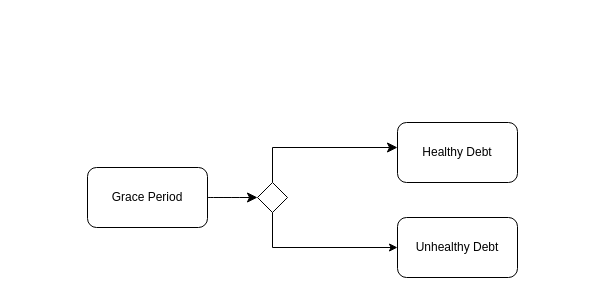
The draw.io diagram page "Page-2" (2 of 2) of workshop6_week7.drawio in antonykimuom/SWEN30006-2025-SM1-workshop1-tuew05-14-00-team-12, before the edit. Source tidied: cells renumbered, new cells numbered last; positions are measured from the earlier drawing's top-left corner, leaving out a move shared by most shapes. Both pictures are drawn from the tidied source at 100%, with x=0, y=0 at pixel (87, 122).
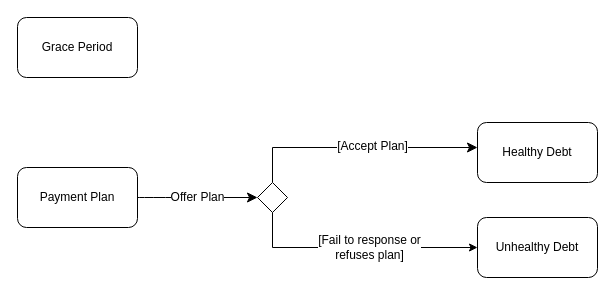
Above is the later version.

Diff of the diagram source:
```diff
@@
 <mxGraphModel>
   <root>
     <mxCell id="0" />
     <mxCell id="1" parent="0" />
-    <mxCell id="2" style="edgeStyle=none;curved=1;rounded=0;jettySize=auto;html=1;fontSize=12;startSize=8;endSize=8;" parent="1" edge="1" source="3" target="7">
+    <mxCell id="2" value="Offer Plan" style="edgeStyle=none;curved=1;rounded=0;jettySize=auto;html=1;fontSize=12;startSize=8;endSize=8;" parent="1" edge="1" source="3" target="7">
       <mxGeometry relative="1" as="geometry" />
     </mxCell>
-    <mxCell id="3" value="Grace Period" style="rounded=1;whiteSpace=wrap;html=1;" parent="1" vertex="1">
-      <mxGeometry y="45" width="120" height="60" as="geometry" />
+    <mxCell id="3" value="Payment Plan" style="rounded=1;whiteSpace=wrap;html=1;" parent="1" vertex="1">
+      <mxGeometry x="-70" y="45" width="120" height="60" as="geometry" />
     </mxCell>
     <mxCell id="4" value="Healthy Debt" style="rounded=1;whiteSpace=wrap;html=1;" parent="1" vertex="1">
-      <mxGeometry x="310" width="120" height="60" as="geometry" />
+      <mxGeometry x="390" width="120" height="60" as="geometry" />
     </mxCell>
     <mxCell id="5" value="Unhealthy Debt" style="rounded=1;whiteSpace=wrap;html=1;" parent="1" vertex="1">
-      <mxGeometry x="310" y="95" width="120" height="60" as="geometry" />
+      <mxGeometry x="390" y="95" width="120" height="60" as="geometry" />
     </mxCell>
     <mxCell id="6" style="edgeStyle=orthogonalEdgeStyle;rounded=0;jettySize=auto;html=1;fontSize=12;startSize=8;endSize=8;" parent="1" edge="1" source="7" target="4">
       <mxGeometry relative="1" as="geometry">
         <Array as="points">
           <mxPoint x="185" y="25" />
         </Array>
       </mxGeometry>
     </mxCell>
+    <mxCell id="9" value="[Accept Plan]" style="edgeLabel;html=1;align=center;verticalAlign=middle;fontSize=12;" parent="6" vertex="1">
+      <mxGeometry x="-0.28" y="2" relative="1" as="geometry">
+        <mxPoint x="48" as="offset" />
+      </mxGeometry>
+    </mxCell>
     <mxCell id="7" style="rhombus;whiteSpace=wrap;html=1;" parent="1" vertex="1">
       <mxGeometry x="170" y="60" width="30" height="30" as="geometry" />
     </mxCell>
+    <mxCell id="10" value="Grace Period" style="rounded=1;whiteSpace=wrap;html=1;" parent="1" vertex="1">
+      <mxGeometry x="-70" y="-105" width="120" height="60" as="geometry" />
+    </mxCell>
     <mxCell id="8" style="endArrow=classic;html=1;rounded=0;exitX=0.5;exitY=1;exitDx=0;exitDy=0;entryX=0;entryY=0.5;entryDx=0;entryDy=0;" parent="1" edge="1" source="7" target="5">
       <mxGeometry relative="1" as="geometry">
         <Array as="points">
           <mxPoint x="185" y="125" />
         </Array>
       </mxGeometry>
     </mxCell>
+    <mxCell id="11" value="[Fail to response or&lt;div&gt;refuses plan]&lt;/div&gt;" style="edgeLabel;html=1;align=center;verticalAlign=middle;fontSize=12;" parent="8" vertex="1">
+      <mxGeometry x="0.09" y="1" relative="1" as="geometry" />
+    </mxCell>
   </root>
 </mxGraphModel>
```
